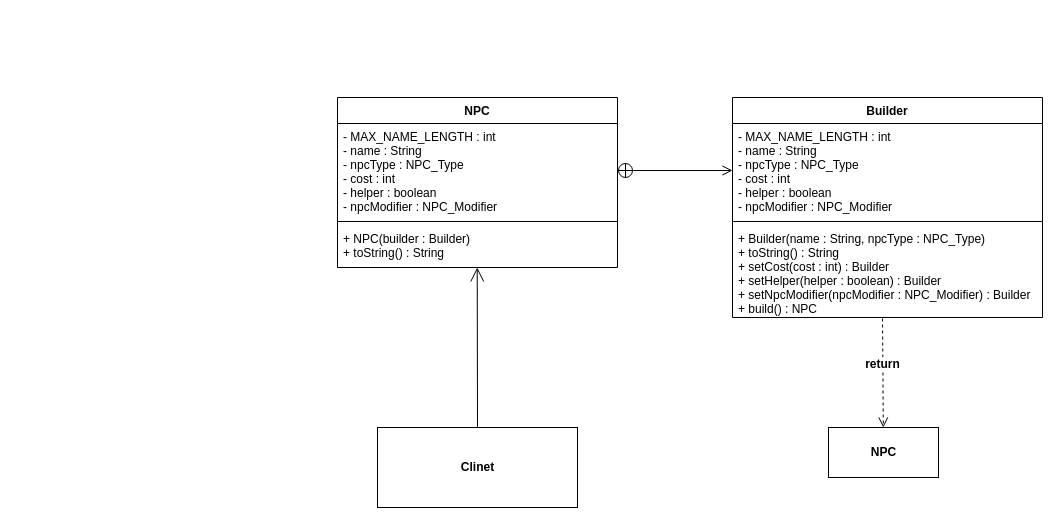
Above: app/src/main/resources/builder/Builder_Pattern.drawio in jongHyeon0000/DesignPattern-example (draw.io), before the change. Source tidied: cells renumbered, new cells numbered last; positions are measured from the earlier drawing's top-left corner, leaving out a move shared by most shapes. Both pictures are drawn from the tidied source at 100%, with x=0, y=0 at pixel (337, 97).
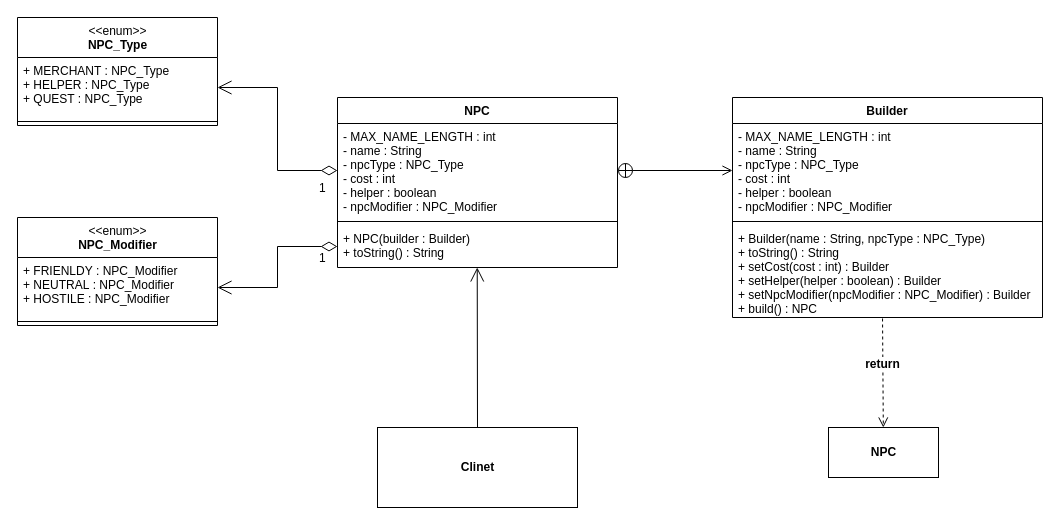
The same diagram, later.

Unchanged cells that the change refers to:
```xml
<mxCell id="3" value="- MAX_NAME_LENGTH : int&#10;- name : String&#10;- npcType : NPC_Type&#10;- cost : int&#10;- helper : boolean&#10;- npcModifier : NPC_Modifier " style="text;strokeColor=none;fillColor=none;align=left;verticalAlign=top;spacingLeft=4;spacingRight=4;overflow=hidden;points=[[0,0.5],[1,0.5]];portConstraint=eastwest;" parent="2" vertex="1">
  <mxGeometry y="26" width="280" height="94" as="geometry" />
</mxCell>
<mxCell id="5" value="+ NPC(builder : Builder)&#10;+ toString() : String" style="text;strokeColor=none;fillColor=none;align=left;verticalAlign=top;spacingLeft=4;spacingRight=4;overflow=hidden;points=[[0,0.5],[1,0.5]];portConstraint=eastwest;" parent="2" vertex="1">
  <mxGeometry y="128" width="280" height="42" as="geometry" />
</mxCell>
```

Change to the diagram source:
```diff
@@
+    <mxCell id="15" value="&lt;span style=&quot;font-weight: normal;&quot;&gt;&lt;font style=&quot;font-size: 12px;&quot;&gt;&amp;lt;&amp;lt;enum&amp;gt;&amp;gt;&lt;/font&gt;&lt;/span&gt;&lt;br&gt;NPC_Type" style="swimlane;fontStyle=1;align=center;verticalAlign=top;horizontal=1;startSize=40;html=1;" parent="1" vertex="1">
+      <mxGeometry x="-320" y="-80" width="200" height="108" as="geometry" />
+    </mxCell>
+    <mxCell id="16" value="+ MERCHANT : NPC_Type&#10;+ HELPER : NPC_Type&#10;+ QUEST : NPC_Type" style="text;strokeColor=none;fillColor=none;align=left;verticalAlign=top;spacingLeft=4;spacingRight=4;overflow=hidden;points=[[0,0.5],[1,0.5]];portConstraint=eastwest;" parent="15" vertex="1">
+      <mxGeometry y="40" width="200" height="60" as="geometry" />
+    </mxCell>
+    <mxCell id="17" style="line;strokeWidth=1;fillColor=none;align=left;verticalAlign=middle;spacingTop=-1;spacingLeft=3;spacingRight=3;labelPosition=right;" parent="15" vertex="1">
+      <mxGeometry y="100" width="200" height="8" as="geometry" />
+    </mxCell>
+    <mxCell id="18" value="&lt;span style=&quot;font-weight: normal;&quot;&gt;&lt;font style=&quot;font-size: 12px;&quot;&gt;&amp;lt;&amp;lt;enum&amp;gt;&amp;gt;&lt;/font&gt;&lt;/span&gt;&lt;br&gt;NPC_Modifier" style="swimlane;fontStyle=1;align=center;verticalAlign=top;horizontal=1;startSize=40;html=1;" parent="1" vertex="1">
+      <mxGeometry x="-320" y="120" width="200" height="108" as="geometry" />
+    </mxCell>
+    <mxCell id="19" value="+ FRIENLDY : NPC_Modifier&#10;+ NEUTRAL : NPC_Modifier&#10;+ HOSTILE : NPC_Modifier" style="text;strokeColor=none;fillColor=none;align=left;verticalAlign=top;spacingLeft=4;spacingRight=4;overflow=hidden;points=[[0,0.5],[1,0.5]];portConstraint=eastwest;" parent="18" vertex="1">
+      <mxGeometry y="40" width="200" height="60" as="geometry" />
+    </mxCell>
+    <mxCell id="20" style="line;strokeWidth=1;fillColor=none;align=left;verticalAlign=middle;spacingTop=-1;spacingLeft=3;spacingRight=3;labelPosition=right;" parent="18" vertex="1">
+      <mxGeometry y="100" width="200" height="8" as="geometry" />
+    </mxCell>
+    <mxCell id="21" value="1" style="endArrow=open;html=1;endSize=12;startArrow=diamondThin;startSize=14;startFill=0;edgeStyle=orthogonalEdgeStyle;align=left;verticalAlign=bottom;rounded=0;fontSize=12;exitX=0;exitY=0.5;exitDx=0;exitDy=0;entryX=1;entryY=0.5;entryDx=0;entryDy=0;" parent="1" edge="1" source="3" target="16">
+      <mxGeometry x="-0.8" y="27" relative="1" as="geometry" />
+    </mxCell>
+    <mxCell id="22" value="1" style="endArrow=open;html=1;endSize=12;startArrow=diamondThin;startSize=14;startFill=0;edgeStyle=orthogonalEdgeStyle;align=left;verticalAlign=bottom;rounded=0;fontSize=12;exitX=0;exitY=0.5;exitDx=0;exitDy=0;entryX=1;entryY=0.5;entryDx=0;entryDy=0;" parent="1" edge="1" source="5" target="19">
+      <mxGeometry x="-0.75" y="21" relative="1" as="geometry" />
+    </mxCell>
```
